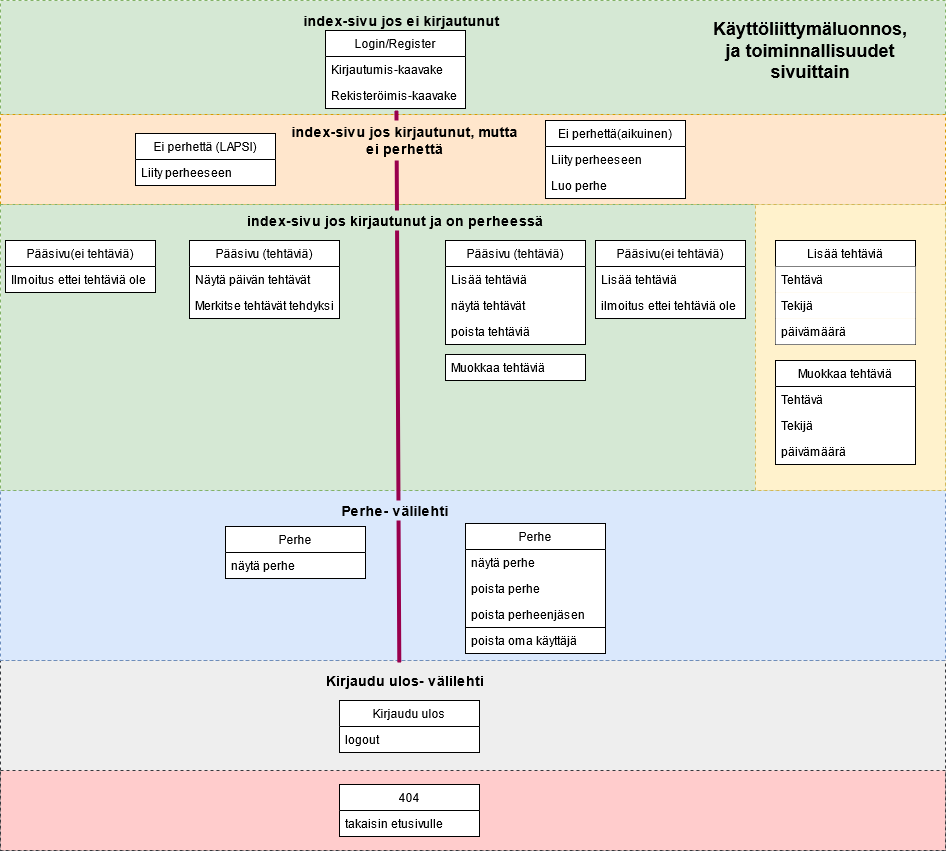
Before: dokumentaatio/pagesplan.png, a diagram exported from draw.io (nothros/cybersecurityproject). Source tidied: cells renumbered, new cells last; positions are measured from the earlier drawing's top-left corner, leaving out a move shared by most shapes.
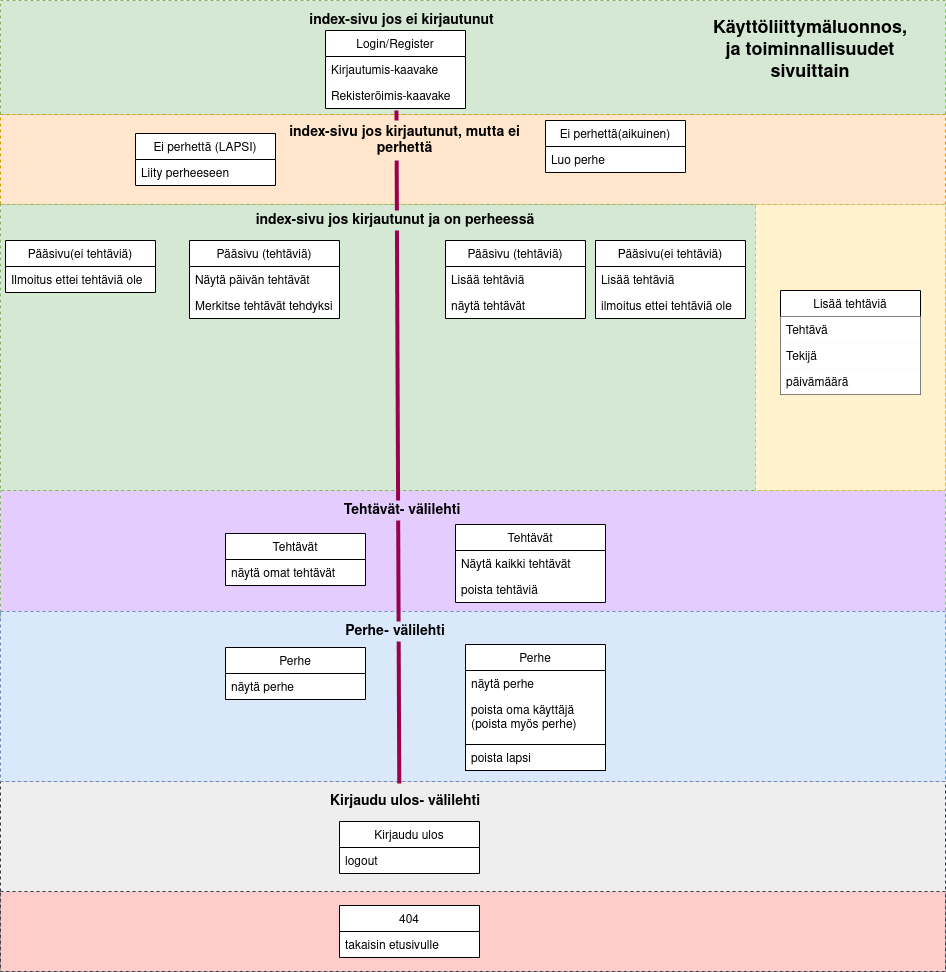
The same file after the commit.

Change to the diagram source:
```diff
@@ -2,11 +2,14 @@
   <root>
     <mxCell id="0" />
     <mxCell id="1" parent="0" />
+    <mxCell id="56" style="rounded=0;whiteSpace=wrap;html=1;dashed=1;fillColor=#E5CCFF;strokeColor=#82b366;" parent="1" vertex="1">
+      <mxGeometry y="490" width="945" height="130" as="geometry" />
+    </mxCell>
     <mxCell id="2" style="rounded=0;whiteSpace=wrap;html=1;dashed=1;fillColor=#eeeeee;strokeColor=#36393d;" parent="1" vertex="1">
-      <mxGeometry y="660" width="945" height="190" as="geometry" />
+      <mxGeometry y="781" width="945" height="190" as="geometry" />
     </mxCell>
     <mxCell id="3" style="rounded=0;whiteSpace=wrap;html=1;dashed=1;fillColor=#dae8fc;strokeColor=#6c8ebf;" parent="1" vertex="1">
-      <mxGeometry y="490" width="945" height="170" as="geometry" />
+      <mxGeometry y="611" width="945" height="170" as="geometry" />
     </mxCell>
     <mxCell id="4" style="rounded=0;whiteSpace=wrap;html=1;dashed=1;fillColor=#d5e8d4;strokeColor=#82b366;" parent="1" vertex="1">
       <mxGeometry width="945" height="114" as="geometry" />
@@ -36,13 +39,10 @@
       <mxGeometry y="26" width="140" height="26" as="geometry" />
     </mxCell>
     <mxCell id="13" value="Ei perhettä(aikuinen)" style="swimlane;fontStyle=0;horizontal=1;startSize=26;swimlaneFillColor=#ffffff;" parent="1" vertex="1">
-      <mxGeometry x="545" y="120" width="140" height="78" as="geometry" />
+      <mxGeometry x="545" y="120" width="140" height="52" as="geometry" />
     </mxCell>
-    <mxCell id="14" value="Liity perheeseen" style="text;align=left;verticalAlign=top;spacingLeft=4;spacingRight=4;overflow=hidden;" parent="13" vertex="1">
-      <mxGeometry y="26" width="140" height="26" as="geometry" />
-    </mxCell>
     <mxCell id="15" value="Luo perhe" style="text;align=left;verticalAlign=top;spacingLeft=4;spacingRight=4;overflow=hidden;" parent="13" vertex="1">
-      <mxGeometry y="52" width="140" height="26" as="geometry" />
+      <mxGeometry y="26" width="140" height="26" as="geometry" />
     </mxCell>
     <mxCell id="16" value="Pääsivu(ei tehtäviä)" style="swimlane;fontStyle=0;horizontal=1;startSize=26;swimlaneFillColor=#ffffff;" parent="1" vertex="1">
       <mxGeometry x="5" y="240" width="150" height="52" as="geometry" />
@@ -60,7 +60,7 @@
       <mxGeometry y="52" width="150" height="26" as="geometry" />
     </mxCell>
     <mxCell id="21" value="Lisää tehtäviä" style="swimlane;fontStyle=0;horizontal=1;startSize=26;" parent="1" vertex="1">
-      <mxGeometry x="775" y="240" width="140" height="104" as="geometry" />
+      <mxGeometry x="780" y="290" width="140" height="104" as="geometry" />
     </mxCell>
     <mxCell id="22" value="Tehtävä" style="text;align=left;verticalAlign=top;spacingLeft=4;spacingRight=4;overflow=hidden;fillColor=#ffffff;" parent="21" vertex="1">
       <mxGeometry y="26" width="140" height="26" as="geometry" />
@@ -81,13 +81,13 @@
       <mxGeometry y="52" width="150" height="26" as="geometry" />
     </mxCell>
     <mxCell id="28" value="Kirjaudu ulos" style="swimlane;fontStyle=0;horizontal=1;startSize=26;swimlaneFillColor=#ffffff;" parent="1" vertex="1">
-      <mxGeometry x="339" y="700" width="140" height="52" as="geometry" />
+      <mxGeometry x="339" y="821" width="140" height="52" as="geometry" />
     </mxCell>
     <mxCell id="29" value="logout" style="text;align=left;verticalAlign=top;spacingLeft=4;spacingRight=4;overflow=hidden;" parent="28" vertex="1">
       <mxGeometry y="26" width="140" height="26" as="geometry" />
     </mxCell>
     <mxCell id="30" value="Pääsivu (tehtäviä)" style="swimlane;fontStyle=0;horizontal=1;startSize=26;swimlaneFillColor=#ffffff;" parent="1" vertex="1">
-      <mxGeometry x="445" y="240" width="140" height="104" as="geometry" />
+      <mxGeometry x="445" y="240" width="140" height="78" as="geometry" />
     </mxCell>
     <mxCell id="31" value="Lisää tehtäviä" style="text;align=left;verticalAlign=top;spacingLeft=4;spacingRight=4;overflow=hidden;" parent="30" vertex="1">
       <mxGeometry y="26" width="140" height="26" as="geometry" />
@@ -95,45 +95,24 @@
     <mxCell id="32" value="näytä tehtävät" style="text;align=left;verticalAlign=top;spacingLeft=4;spacingRight=4;overflow=hidden;" parent="30" vertex="1">
       <mxGeometry y="52" width="140" height="26" as="geometry" />
     </mxCell>
-    <mxCell id="33" value="poista tehtäviä" style="text;align=left;verticalAlign=top;spacingLeft=4;spacingRight=4;overflow=hidden;" parent="30" vertex="1">
-      <mxGeometry y="78" width="140" height="26" as="geometry" />
-    </mxCell>
     <mxCell id="34" value="Perhe" style="swimlane;fontStyle=0;horizontal=1;startSize=26;strokeColor=#000000;swimlaneFillColor=#ffffff;" parent="1" vertex="1">
-      <mxGeometry x="225" y="526" width="140" height="52" as="geometry" />
+      <mxGeometry x="225" y="647" width="140" height="52" as="geometry" />
     </mxCell>
     <mxCell id="35" value="näytä perhe" style="text;align=left;verticalAlign=top;spacingLeft=4;spacingRight=4;overflow=hidden;" parent="34" vertex="1">
       <mxGeometry y="26" width="140" height="26" as="geometry" />
     </mxCell>
     <mxCell id="36" value="Perhe" style="swimlane;fontStyle=0;horizontal=1;startSize=26;strokeColor=#000000;swimlaneFillColor=#ffffff;" parent="1" vertex="1">
-      <mxGeometry x="465" y="523" width="140" height="104" as="geometry" />
+      <mxGeometry x="465" y="644" width="140" height="100" as="geometry" />
     </mxCell>
     <mxCell id="37" value="näytä perhe" style="text;align=left;verticalAlign=top;spacingLeft=4;spacingRight=4;overflow=hidden;" parent="36" vertex="1">
       <mxGeometry y="26" width="140" height="26" as="geometry" />
     </mxCell>
-    <mxCell id="38" value="poista perhe" style="text;align=left;verticalAlign=top;spacingLeft=4;spacingRight=4;overflow=hidden;" parent="36" vertex="1">
-      <mxGeometry y="52" width="140" height="26" as="geometry" />
+    <mxCell id="38" value="poista oma käyttäjä&#10;(poista myös perhe)" style="text;align=left;verticalAlign=top;spacingLeft=4;spacingRight=4;overflow=hidden;" parent="36" vertex="1">
+      <mxGeometry y="52" width="140" height="48" as="geometry" />
     </mxCell>
-    <mxCell id="39" value="poista perheenjäsen" style="text;align=left;verticalAlign=top;spacingLeft=4;spacingRight=4;overflow=hidden;" parent="36" vertex="1">
-      <mxGeometry y="78" width="140" height="26" as="geometry" />
-    </mxCell>
-    <mxCell id="40" value="Muokkaa tehtäviä" style="swimlane;fontStyle=0;horizontal=1;startSize=26;swimlaneFillColor=#ffffff;" parent="1" vertex="1">
-      <mxGeometry x="775" y="360" width="140" height="104" as="geometry" />
-    </mxCell>
-    <mxCell id="41" value="Tehtävä" style="text;align=left;verticalAlign=top;spacingLeft=4;spacingRight=4;overflow=hidden;" parent="40" vertex="1">
-      <mxGeometry y="26" width="140" height="26" as="geometry" />
-    </mxCell>
-    <mxCell id="42" value="Tekijä" style="text;align=left;verticalAlign=top;spacingLeft=4;spacingRight=4;overflow=hidden;" parent="40" vertex="1">
-      <mxGeometry y="52" width="140" height="26" as="geometry" />
-    </mxCell>
-    <mxCell id="43" value="päivämäärä" style="text;align=left;verticalAlign=top;spacingLeft=4;spacingRight=4;overflow=hidden;" parent="40" vertex="1">
-      <mxGeometry y="78" width="140" height="26" as="geometry" />
-    </mxCell>
-    <mxCell id="44" value="poista oma käyttäjä" style="text;align=left;verticalAlign=top;spacingLeft=4;spacingRight=4;overflow=hidden;fillColor=#ffffff;strokeColor=#000000;" parent="1" vertex="1">
-      <mxGeometry x="465" y="627" width="140" height="26" as="geometry" />
+    <mxCell id="44" value="poista lapsi" style="text;align=left;verticalAlign=top;spacingLeft=4;spacingRight=4;overflow=hidden;fillColor=#ffffff;strokeColor=#000000;" parent="1" vertex="1">
+      <mxGeometry x="465" y="744" width="140" height="26" as="geometry" />
     </mxCell>
-    <mxCell id="45" value="Muokkaa tehtäviä" style="text;align=left;verticalAlign=top;spacingLeft=4;spacingRight=4;overflow=hidden;strokeColor=#000000;fillColor=#ffffff;" parent="1" vertex="1">
-      <mxGeometry x="445" y="354" width="140" height="26" as="geometry" />
-    </mxCell>
     <mxCell id="46" style="endArrow=none;html=1;entryX=0.419;entryY=-0.044;entryDx=0;entryDy=0;entryPerimeter=0;exitX=0.422;exitY=1.012;exitDx=0;exitDy=0;exitPerimeter=0;strokeColor=#99004D;strokeWidth=4;" parent="1" edge="1" source="3" target="5">
       <mxGeometry relative="1" as="geometry" />
     </mxCell>
@@ -147,16 +126,16 @@
       <mxGeometry x="284" y="120" width="241" height="40" as="geometry" />
     </mxCell>
     <mxCell id="50" value="&lt;font style=&quot;font-size: 14px&quot;&gt;&lt;b&gt;Perhe- välilehti&lt;/b&gt;&lt;/font&gt;" style="text;html=1;fillColor=#dae8fc;align=center;verticalAlign=middle;whiteSpace=wrap;rounded=0;dashed=1;" parent="1" vertex="1">
-      <mxGeometry x="235" y="500" width="320" height="20" as="geometry" />
+      <mxGeometry x="235" y="621" width="320" height="20" as="geometry" />
     </mxCell>
     <mxCell id="51" value="&lt;font style=&quot;font-size: 14px&quot;&gt;&lt;b&gt;Kirjaudu ulos- välilehti&lt;/b&gt;&lt;/font&gt;" style="text;html=1;fillColor=#eeeeee;align=center;verticalAlign=middle;whiteSpace=wrap;rounded=0;dashed=1;" parent="1" vertex="1">
-      <mxGeometry x="244.5" y="670" width="320" height="20" as="geometry" />
+      <mxGeometry x="244.5" y="791" width="320" height="20" as="geometry" />
     </mxCell>
     <mxCell id="52" style="rounded=0;whiteSpace=wrap;html=1;dashed=1;fillColor=#ffcccc;strokeColor=#36393d;" parent="1" vertex="1">
-      <mxGeometry y="770" width="945" height="80" as="geometry" />
+      <mxGeometry y="891" width="945" height="80" as="geometry" />
     </mxCell>
     <mxCell id="53" value="404" style="swimlane;fontStyle=0;horizontal=1;startSize=26;swimlaneFillColor=#ffffff;" parent="1" vertex="1">
-      <mxGeometry x="339" y="784" width="140" height="52" as="geometry" />
+      <mxGeometry x="339" y="905" width="140" height="52" as="geometry" />
     </mxCell>
     <mxCell id="54" value="takaisin etusivulle" style="text;align=left;verticalAlign=top;spacingLeft=4;spacingRight=4;overflow=hidden;" parent="53" vertex="1">
       <mxGeometry y="26" width="140" height="26" as="geometry" />
@@ -164,5 +143,23 @@
     <mxCell id="55" value="&lt;b&gt;&lt;font style=&quot;font-size: 18px&quot;&gt;Käyttöliittymäluonnos, ja toiminnallisuudet sivuittain&lt;/font&gt;&lt;/b&gt;" style="text;html=1;align=center;verticalAlign=middle;whiteSpace=wrap;rounded=0;dashed=1;" parent="1" vertex="1">
       <mxGeometry x="705" y="40" width="210" height="20" as="geometry" />
     </mxCell>
+    <mxCell id="57" value="&lt;font style=&quot;font-size: 14px&quot;&gt;&lt;b&gt;Tehtävät- välilehti&lt;/b&gt;&lt;/font&gt;" style="text;html=1;fillColor=#E5CCFF;align=center;verticalAlign=middle;whiteSpace=wrap;rounded=0;dashed=1;" parent="1" vertex="1">
+      <mxGeometry x="241.5" y="500" width="320" height="20" as="geometry" />
+    </mxCell>
+    <mxCell id="58" value="Tehtävät" style="swimlane;fontStyle=0;horizontal=1;startSize=26;strokeColor=#000000;swimlaneFillColor=#ffffff;" parent="1" vertex="1">
+      <mxGeometry x="225" y="533" width="140" height="52" as="geometry" />
+    </mxCell>
+    <mxCell id="59" value="näytä omat tehtävät" style="text;align=left;verticalAlign=top;spacingLeft=4;spacingRight=4;overflow=hidden;" parent="58" vertex="1">
+      <mxGeometry y="26" width="140" height="26" as="geometry" />
+    </mxCell>
+    <mxCell id="60" value="Tehtävät" style="swimlane;fontStyle=0;horizontal=1;startSize=26;swimlaneFillColor=#ffffff;" parent="1" vertex="1">
+      <mxGeometry x="455" y="524" width="150" height="78" as="geometry" />
+    </mxCell>
+    <mxCell id="61" value="Näytä kaikki tehtävät" style="text;align=left;verticalAlign=top;spacingLeft=4;spacingRight=4;overflow=hidden;" parent="60" vertex="1">
+      <mxGeometry y="26" width="150" height="26" as="geometry" />
+    </mxCell>
+    <mxCell id="33" value="poista tehtäviä" style="text;align=left;verticalAlign=top;spacingLeft=4;spacingRight=4;overflow=hidden;" parent="60" vertex="1">
+      <mxGeometry y="52" width="150" height="26" as="geometry" />
+    </mxCell>
   </root>
 </mxGraphModel>
```
